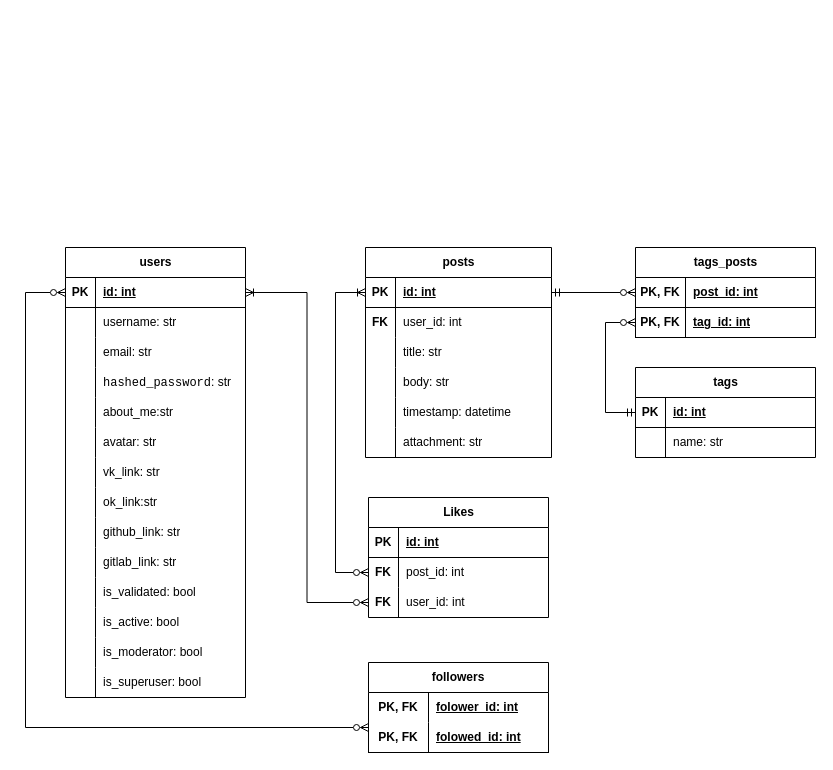
Forkenn/HosteyPic keeps this draw.io diagram as docs/diagrams/hosteypic_db.drawio. Above is the earlier version. Source tidied: cells renumbered, new cells numbered last; positions are measured from the earlier drawing's top-left corner, leaving out a move shared by most shapes. Both pictures are drawn from the tidied source at 100%, with x=0, y=0 at pixel (25, 247).
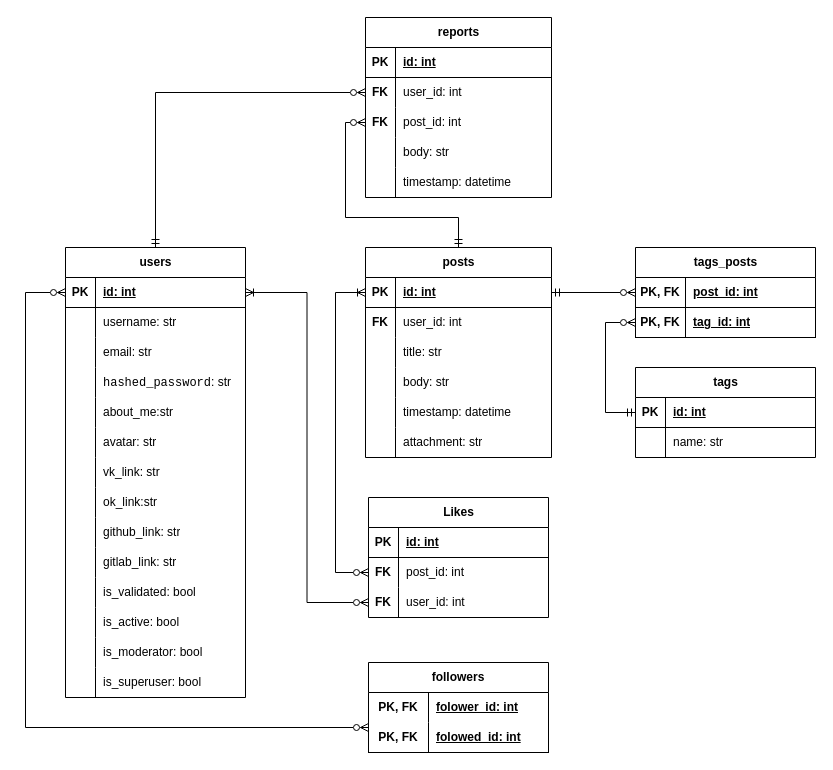
Above is the later version.

The change refers to these unchanged cells:
```xml
<mxCell id="2" value="users" style="shape=table;startSize=30;childLayout=tableLayout;rowLines=0;fontStyle=1;align=center;html=1;" parent="1" vertex="1">
  <mxGeometry x="40" width="180" height="450" as="geometry" />
</mxCell>
<mxCell id="70" value="posts" style="shape=table;startSize=30;childLayout=tableLayout;rowLines=0;fontStyle=1;align=center;html=1;" parent="1" vertex="1">
  <mxGeometry x="340" width="186" height="210" as="geometry" />
</mxCell>
```

Diff of the diagram source:
```diff
@@
+    <mxCell id="100" style="edgeStyle=orthogonalEdgeStyle;rounded=0;jettySize=auto;html=1;entryX=0.5;entryY=0;entryDx=0;entryDy=0;endArrow=ERmandOne;endFill=0;startArrow=ERzeroToMany;startFill=0;exitX=0;exitY=0.5;exitDx=0;exitDy=0;" parent="1" edge="1" source="108" target="70">
+      <mxGeometry relative="1" as="geometry">
+        <Array as="points">
+          <mxPoint x="320" y="-125" />
+          <mxPoint x="320" y="-30" />
+          <mxPoint x="433" y="-30" />
+        </Array>
+      </mxGeometry>
+    </mxCell>
+    <mxCell id="101" value="reports" style="shape=table;startSize=30;childLayout=tableLayout;rowLines=0;fontStyle=1;align=center;html=1;" parent="1" vertex="1">
+      <mxGeometry x="340" y="-230" width="186" height="180" as="geometry" />
+    </mxCell>
+    <mxCell id="102" style="shape=tableRow;horizontal=0;startSize=0;swimlaneHead=0;swimlaneBody=0;fillColor=none;top=0;left=0;right=0;bottom=1;" parent="101" vertex="1">
+      <mxGeometry y="30" width="186" height="30" as="geometry" />
+    </mxCell>
+    <mxCell id="103" value="PK" style="shape=partialRectangle;fillColor=none;top=0;left=0;bottom=0;right=0;fontStyle=1;overflow=hidden;whiteSpace=wrap;html=1;" parent="102" vertex="1">
+      <mxGeometry width="30" height="30" as="geometry" />
+    </mxCell>
+    <mxCell id="104" value="id: int" style="shape=partialRectangle;fillColor=none;top=0;left=0;bottom=0;right=0;align=left;spacingLeft=6;fontStyle=5;overflow=hidden;whiteSpace=wrap;html=1;" parent="102" vertex="1">
+      <mxGeometry x="30" width="156" height="30" as="geometry" />
+    </mxCell>
+    <mxCell id="105" style="shape=tableRow;horizontal=0;startSize=0;swimlaneHead=0;swimlaneBody=0;fillColor=none;points=[[0,0.5],[1,0.5]];portConstraint=eastwest;top=0;left=0;right=0;bottom=0;" parent="101" vertex="1">
+      <mxGeometry y="60" width="186" height="30" as="geometry" />
+    </mxCell>
+    <mxCell id="106" value="FK" style="shape=partialRectangle;fillColor=none;top=0;left=0;bottom=0;right=0;overflow=hidden;whiteSpace=wrap;html=1;fontStyle=1;" parent="105" vertex="1">
+      <mxGeometry width="30" height="30" as="geometry" />
+    </mxCell>
+    <mxCell id="107" value="user_id: int" style="shape=partialRectangle;fillColor=none;top=0;left=0;bottom=0;right=0;align=left;spacingLeft=6;overflow=hidden;whiteSpace=wrap;html=1;" parent="105" vertex="1">
+      <mxGeometry x="30" width="156" height="30" as="geometry" />
+    </mxCell>
+    <mxCell id="108" style="shape=tableRow;horizontal=0;startSize=0;swimlaneHead=0;swimlaneBody=0;fillColor=none;points=[[0,0.5],[1,0.5]];portConstraint=eastwest;top=0;left=0;right=0;bottom=0;" parent="101" vertex="1">
+      <mxGeometry y="90" width="186" height="30" as="geometry" />
+    </mxCell>
+    <mxCell id="109" value="&lt;b&gt;FK&lt;br&gt;&lt;/b&gt;" style="shape=partialRectangle;fillColor=none;top=0;left=0;bottom=0;right=0;overflow=hidden;whiteSpace=wrap;html=1;" parent="108" vertex="1">
+      <mxGeometry width="30" height="30" as="geometry" />
+    </mxCell>
+    <mxCell id="110" value="post_id: int" style="shape=partialRectangle;fillColor=none;top=0;left=0;bottom=0;right=0;align=left;spacingLeft=6;overflow=hidden;whiteSpace=wrap;html=1;" parent="108" vertex="1">
+      <mxGeometry x="30" width="156" height="30" as="geometry" />
+    </mxCell>
+    <mxCell id="111" style="shape=tableRow;horizontal=0;startSize=0;swimlaneHead=0;swimlaneBody=0;fillColor=none;top=0;left=0;right=0;bottom=0;" parent="101" vertex="1">
+      <mxGeometry y="120" width="186" height="30" as="geometry" />
+    </mxCell>
+    <mxCell id="112" style="shape=partialRectangle;fillColor=none;top=0;left=0;bottom=0;right=0;overflow=hidden;whiteSpace=wrap;html=1;" parent="111" vertex="1">
+      <mxGeometry width="30" height="30" as="geometry" />
+    </mxCell>
+    <mxCell id="113" value="body: str" style="shape=partialRectangle;fillColor=none;top=0;left=0;bottom=0;right=0;align=left;spacingLeft=6;overflow=hidden;whiteSpace=wrap;html=1;" parent="111" vertex="1">
+      <mxGeometry x="30" width="156" height="30" as="geometry" />
+    </mxCell>
+    <mxCell id="114" style="shape=tableRow;horizontal=0;startSize=0;swimlaneHead=0;swimlaneBody=0;fillColor=none;top=0;left=0;right=0;bottom=0;" parent="101" vertex="1">
+      <mxGeometry y="150" width="186" height="30" as="geometry" />
+    </mxCell>
+    <mxCell id="115" style="shape=partialRectangle;fillColor=none;top=0;left=0;bottom=0;right=0;overflow=hidden;whiteSpace=wrap;html=1;" parent="114" vertex="1">
+      <mxGeometry width="30" height="30" as="geometry" />
+    </mxCell>
+    <mxCell id="116" value="timestamp: datetime" style="shape=partialRectangle;fillColor=none;top=0;left=0;bottom=0;right=0;align=left;spacingLeft=6;overflow=hidden;whiteSpace=wrap;html=1;" parent="114" vertex="1">
+      <mxGeometry x="30" width="156" height="30" as="geometry" />
+    </mxCell>
+    <mxCell id="117" style="edgeStyle=orthogonalEdgeStyle;rounded=0;jettySize=auto;html=1;entryX=0.5;entryY=0;entryDx=0;entryDy=0;startArrow=ERzeroToMany;startFill=0;endArrow=ERmandOne;endFill=0;" parent="1" edge="1" source="105" target="2">
+      <mxGeometry relative="1" as="geometry" />
+    </mxCell>
```
